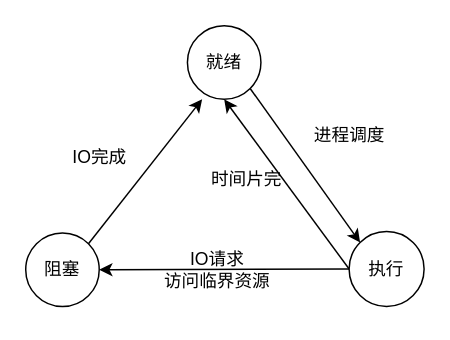
Earlier version of the draw.io diagram 进程状态.drawio (freemedom/drawio). Source tidied: cells renumbered, new cells numbered last; positions are measured from the earlier drawing's top-left corner, leaving out a move shared by most shapes. Both pictures are drawn from the tidied source at 147%, with x=0, y=0 at pixel (25, 25).
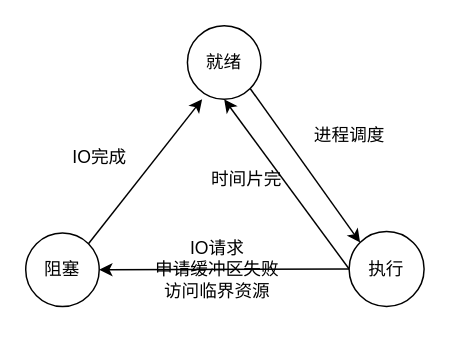
Above is the later version.

Commit message (it also covers changes not shown here):
更新进程状态.drawio

What changed in the source:
```diff
@@
 <mxGraphModel>
   <root>
     <mxCell id="0" />
     <mxCell id="1" parent="0" />
     <mxCell id="2" style="rounded=0;jettySize=auto;html=1;exitX=1;exitY=1;exitDx=0;exitDy=0;entryX=0;entryY=0;entryDx=0;entryDy=0;" parent="1" edge="1" source="3" target="6">
       <mxGeometry relative="1" as="geometry" />
     </mxCell>
     <mxCell id="3" value="就绪" style="ellipse;whiteSpace=wrap;html=1;" parent="1" vertex="1">
       <mxGeometry x="110" width="50" height="50" as="geometry" />
     </mxCell>
     <mxCell id="4" style="edgeStyle=none;rounded=0;jettySize=auto;html=1;exitX=0;exitY=0.5;exitDx=0;exitDy=0;entryX=0.5;entryY=1;entryDx=0;entryDy=0;" parent="1" edge="1" source="6" target="3">
       <mxGeometry relative="1" as="geometry" />
     </mxCell>
     <mxCell id="5" style="edgeStyle=none;rounded=0;jettySize=auto;html=1;exitX=0;exitY=0.5;exitDx=0;exitDy=0;entryX=1;entryY=0.5;entryDx=0;entryDy=0;" parent="1" edge="1" source="6" target="10">
       <mxGeometry relative="1" as="geometry" />
     </mxCell>
     <mxCell id="6" value="执行" style="ellipse;whiteSpace=wrap;html=1;" parent="1" vertex="1">
       <mxGeometry x="220" y="140" width="51" height="51" as="geometry" />
     </mxCell>
     <mxCell id="7" value="进程调度" style="text;html=1;align=center;verticalAlign=middle;strokeColor=none;fillColor=none;" parent="1" vertex="1">
       <mxGeometry x="185" y="60" width="70" height="30" as="geometry" />
     </mxCell>
     <mxCell id="8" value="时间片完" style="text;html=1;align=center;verticalAlign=middle;strokeColor=none;fillColor=none;" parent="1" vertex="1">
       <mxGeometry x="115" y="90" width="70" height="30" as="geometry" />
     </mxCell>
     <mxCell id="9" style="edgeStyle=none;rounded=0;jettySize=auto;html=1;exitX=1;exitY=0;exitDx=0;exitDy=0;entryX=0.2;entryY=1;entryDx=0;entryDy=0;entryPerimeter=0;" parent="1" edge="1" source="10" target="3">
       <mxGeometry relative="1" as="geometry" />
     </mxCell>
     <mxCell id="10" value="阻塞" style="ellipse;whiteSpace=wrap;html=1;" parent="1" vertex="1">
       <mxGeometry y="141" width="50" height="50" as="geometry" />
     </mxCell>
     <mxCell id="11" value="IO完成" style="text;html=1;align=center;verticalAlign=middle;strokeColor=none;fillColor=none;" parent="1" vertex="1">
       <mxGeometry x="20" y="75" width="60" height="30" as="geometry" />
     </mxCell>
-    <mxCell id="12" value="IO请求&lt;br&gt;访问临界资源" style="text;html=1;align=center;verticalAlign=middle;strokeColor=none;fillColor=none;" parent="1" vertex="1">
-      <mxGeometry x="80" y="146" width="100" height="40" as="geometry" />
+    <mxCell id="12" value="IO请求&lt;br&gt;申请缓冲区失败&lt;br&gt;访问临界资源" style="text;html=1;align=center;verticalAlign=middle;strokeColor=none;fillColor=none;" parent="1" vertex="1">
+      <mxGeometry x="75" y="136" width="110" height="60" as="geometry" />
     </mxCell>
   </root>
 </mxGraphModel>
```
